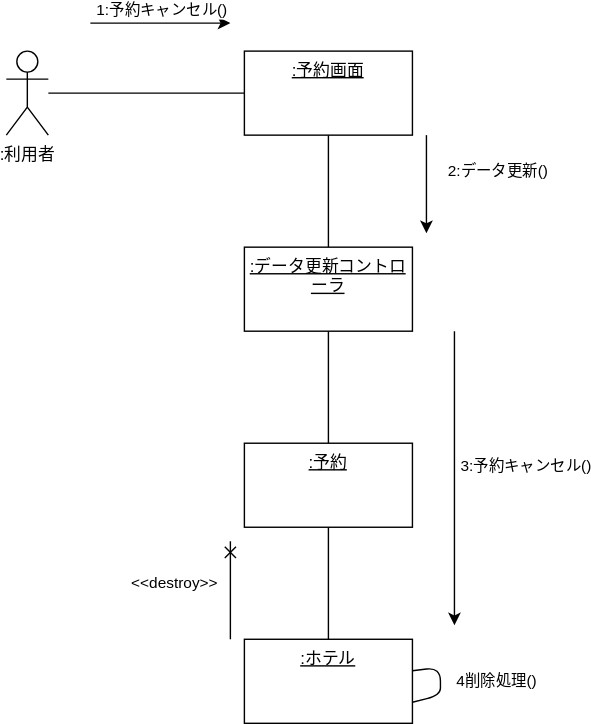
nakamachiJP/uml-introduction keeps this draw.io diagram as 演習５-2_CD_予約登録削除.drawio.svg. Above is the earlier version. Source tidied: cells renumbered, new cells last; positions are measured from the earlier drawing's top-left corner, leaving out a move shared by most shapes.
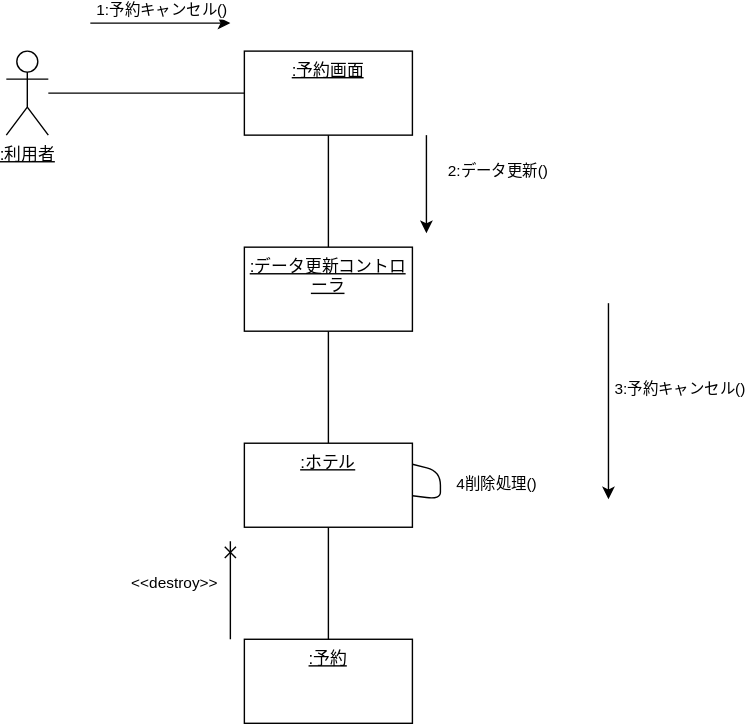
The same file after the commit.

What changed in the source:
```diff
@@ -5,7 +5,7 @@
     <mxCell id="2" style="edgeStyle=none;html=1;endArrow=none;endFill=0;" parent="1" edge="1" source="3" target="5">
       <mxGeometry relative="1" as="geometry" />
     </mxCell>
-    <mxCell id="3" value=":利用者" style="shape=umlActor;verticalLabelPosition=bottom;verticalAlign=top;html=1;outlineConnect=0;" parent="1" vertex="1">
+    <mxCell id="3" value="&lt;u&gt;:利用者&lt;/u&gt;" style="shape=umlActor;verticalLabelPosition=bottom;verticalAlign=top;html=1;outlineConnect=0;" parent="1" vertex="1">
       <mxGeometry y="20" width="30" height="60" as="geometry" />
     </mxCell>
     <mxCell id="4" style="edgeStyle=none;html=1;endArrow=none;endFill=0;" parent="1" edge="1" source="5" target="7">
@@ -23,10 +23,10 @@
     <mxCell id="8" style="edgeStyle=none;html=1;endArrow=none;endFill=0;" parent="1" edge="1" source="9" target="10">
       <mxGeometry relative="1" as="geometry" />
     </mxCell>
-    <mxCell id="9" value="&lt;u&gt;:予約&lt;/u&gt;" style="whiteSpace=wrap;html=1;verticalAlign=top;" parent="1" vertex="1">
+    <mxCell id="9" value="&lt;u&gt;:ホテル&lt;/u&gt;" style="whiteSpace=wrap;html=1;verticalAlign=top;" parent="1" vertex="1">
       <mxGeometry x="170" y="300" width="120" height="60" as="geometry" />
     </mxCell>
-    <mxCell id="10" value="&lt;u&gt;:ホテル&lt;/u&gt;" style="whiteSpace=wrap;html=1;verticalAlign=top;" parent="1" vertex="1">
+    <mxCell id="10" value="&lt;u&gt;:予約&lt;/u&gt;" style="whiteSpace=wrap;html=1;verticalAlign=top;" parent="1" vertex="1">
       <mxGeometry x="170" y="440" width="120" height="60" as="geometry" />
     </mxCell>
     <mxCell id="11" style="endArrow=classic;html=1;" parent="1" edge="1">
@@ -53,8 +53,8 @@
     </mxCell>
     <mxCell id="15" style="endArrow=classic;html=1;" parent="1" edge="1">
       <mxGeometry relative="1" as="geometry">
-        <mxPoint x="320" y="220" as="sourcePoint" />
-        <mxPoint x="320" y="430" as="targetPoint" />
+        <mxPoint x="430" y="200" as="sourcePoint" />
+        <mxPoint x="430" y="340" as="targetPoint" />
       </mxGeometry>
     </mxCell>
     <mxCell id="16" value="3:予約キャンセル()" style="edgeLabel;html=1;align=center;verticalAlign=middle;" parent="15" vertex="1">
@@ -62,7 +62,7 @@
         <mxPoint x="50" y="-10" as="offset" />
       </mxGeometry>
     </mxCell>
-    <mxCell id="17" value="4削除処理()" style="edgeStyle=none;html=1;entryX=1;entryY=0.75;entryDx=0;entryDy=0;endArrow=none;endFill=0;" parent="1" edge="1" source="10" target="10">
+    <mxCell id="17" value="4削除処理()" style="edgeStyle=none;html=1;endArrow=none;endFill=0;exitX=1;exitY=0.25;exitDx=0;exitDy=0;" parent="1" edge="1" source="9" target="9">
       <mxGeometry x="-0.01" y="40" relative="1" as="geometry" />
     </mxCell>
     <mxCell id="18" value="&amp;lt;&amp;lt;destroy&amp;gt;&amp;gt;" style="endArrow=cross;html=1;startArrow=none;startFill=0;endFill=0;" parent="1" edge="1">
```
